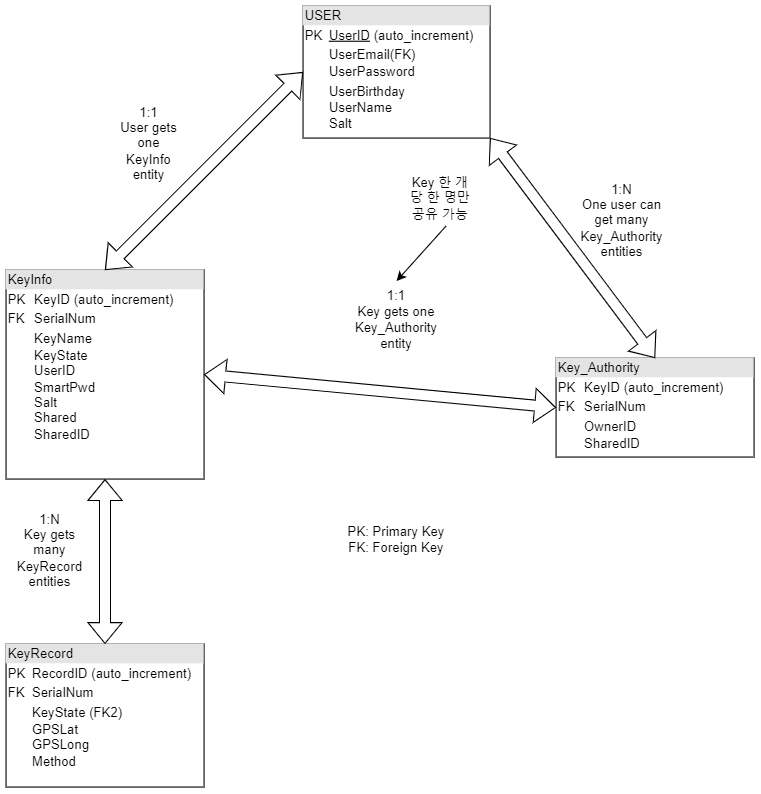
This is images/Table_Sketch.png from luminousxv/Smart-Key, a draw.io export, as it was before one commit. Source tidied: cells renumbered, new cells last; positions are measured from the earlier drawing's top-left corner, leaving out a move shared by most shapes.
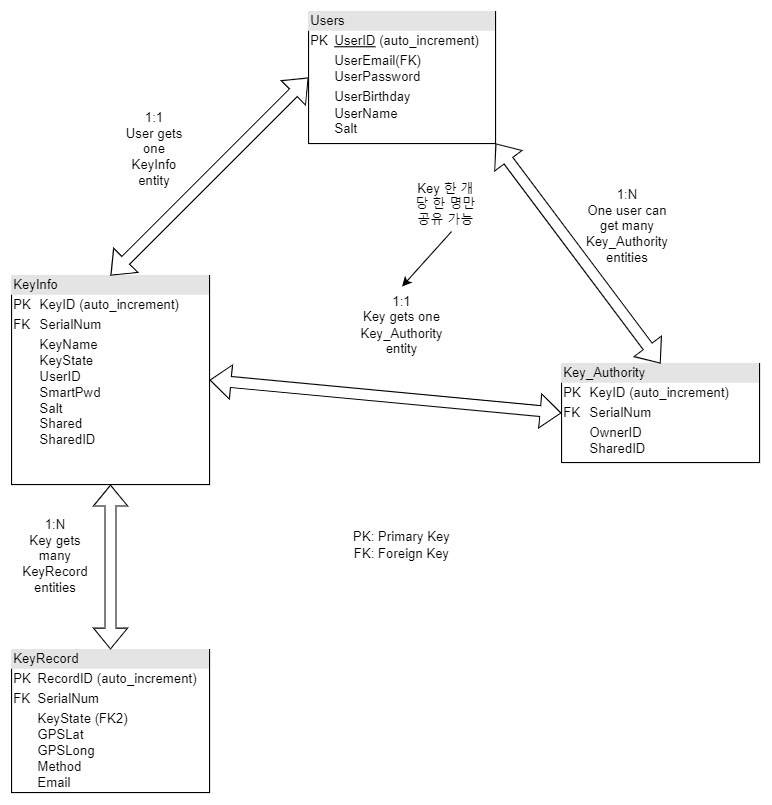
Above is the later version.

Change to the diagram source:
```diff
@@ -2,13 +2,13 @@
   <root>
     <mxCell id="0" />
     <mxCell id="1" parent="0" />
-    <mxCell id="2" value="&lt;div style=&quot;box-sizing: border-box ; width: 100% ; background: #e4e4e4 ; padding: 2px&quot;&gt;USER&lt;/div&gt;&lt;table style=&quot;width: 100% ; font-size: 1em&quot; cellpadding=&quot;2&quot; cellspacing=&quot;0&quot;&gt;&lt;tbody&gt;&lt;tr&gt;&lt;td&gt;PK&lt;/td&gt;&lt;td&gt;&lt;u&gt;UserID&lt;/u&gt; (auto_increment)&lt;br&gt;&lt;/td&gt;&lt;/tr&gt;&lt;tr&gt;&lt;td&gt;&lt;br&gt;&lt;/td&gt;&lt;td&gt;UserEmail(FK)&lt;br&gt;UserPassword&lt;/td&gt;&lt;/tr&gt;&lt;tr&gt;&lt;td&gt;&lt;/td&gt;&lt;td&gt;UserBirthday&lt;br&gt;UserName&lt;br&gt;Salt&lt;br&gt;&lt;/td&gt;&lt;/tr&gt;&lt;/tbody&gt;&lt;/table&gt;" style="verticalAlign=top;align=left;overflow=fill;html=1;" parent="1" vertex="1">
+    <mxCell id="2" value="&lt;div style=&quot;box-sizing: border-box ; width: 100% ; background: #e4e4e4 ; padding: 2px&quot;&gt;Users&lt;/div&gt;&lt;table style=&quot;width: 100% ; font-size: 1em&quot; cellpadding=&quot;2&quot; cellspacing=&quot;0&quot;&gt;&lt;tbody&gt;&lt;tr&gt;&lt;td&gt;PK&lt;/td&gt;&lt;td&gt;&lt;u&gt;UserID&lt;/u&gt; (auto_increment)&lt;br&gt;&lt;/td&gt;&lt;/tr&gt;&lt;tr&gt;&lt;td&gt;&lt;br&gt;&lt;/td&gt;&lt;td&gt;UserEmail(FK)&lt;br&gt;UserPassword&lt;/td&gt;&lt;/tr&gt;&lt;tr&gt;&lt;td&gt;&lt;/td&gt;&lt;td&gt;UserBirthday&lt;br&gt;UserName&lt;br&gt;Salt&lt;br&gt;&lt;/td&gt;&lt;/tr&gt;&lt;/tbody&gt;&lt;/table&gt;" style="verticalAlign=top;align=left;overflow=fill;html=1;" parent="1" vertex="1">
       <mxGeometry x="270" width="170" height="120" as="geometry" />
     </mxCell>
     <mxCell id="3" value="&lt;div style=&quot;box-sizing: border-box ; width: 100% ; background: #e4e4e4 ; padding: 2px&quot;&gt;KeyInfo&lt;/div&gt;&lt;table style=&quot;width: 100% ; font-size: 1em&quot; cellpadding=&quot;2&quot; cellspacing=&quot;0&quot;&gt;&lt;tbody&gt;&lt;tr&gt;&lt;td&gt;PK&lt;/td&gt;&lt;td&gt;KeyID (auto_increment)&lt;/td&gt;&lt;/tr&gt;&lt;tr&gt;&lt;td&gt;FK&lt;/td&gt;&lt;td&gt;SerialNum&lt;/td&gt;&lt;/tr&gt;&lt;tr&gt;&lt;td&gt;&lt;/td&gt;&lt;td&gt;KeyName&lt;br&gt;KeyState&lt;br&gt;UserID&lt;br&gt;SmartPwd&lt;br&gt;Salt&lt;br&gt;Shared&lt;br&gt;SharedID&lt;/td&gt;&lt;/tr&gt;&lt;/tbody&gt;&lt;/table&gt;" style="verticalAlign=top;align=left;overflow=fill;html=1;" parent="1" vertex="1">
       <mxGeometry y="240" width="180" height="190" as="geometry" />
     </mxCell>
-    <mxCell id="4" value="&lt;div style=&quot;box-sizing: border-box ; width: 100% ; background: #e4e4e4 ; padding: 2px&quot;&gt;KeyRecord&lt;/div&gt;&lt;table style=&quot;width: 100% ; font-size: 1em&quot; cellpadding=&quot;2&quot; cellspacing=&quot;0&quot;&gt;&lt;tbody&gt;&lt;tr&gt;&lt;td&gt;PK&lt;/td&gt;&lt;td&gt;RecordID (auto_increment)&lt;br&gt;&lt;/td&gt;&lt;/tr&gt;&lt;tr&gt;&lt;td&gt;FK&lt;/td&gt;&lt;td&gt;SerialNum&lt;/td&gt;&lt;/tr&gt;&lt;tr&gt;&lt;td&gt;&lt;br&gt;&lt;/td&gt;&lt;td&gt;KeyState (FK2)&lt;br&gt;GPSLat&lt;br&gt;GPSLong&lt;br&gt;Method&lt;/td&gt;&lt;/tr&gt;&lt;/tbody&gt;&lt;/table&gt;" style="verticalAlign=top;align=left;overflow=fill;html=1;" parent="1" vertex="1">
+    <mxCell id="4" value="&lt;div style=&quot;box-sizing: border-box ; width: 100% ; background: #e4e4e4 ; padding: 2px&quot;&gt;KeyRecord&lt;/div&gt;&lt;table style=&quot;width: 100% ; font-size: 1em&quot; cellpadding=&quot;2&quot; cellspacing=&quot;0&quot;&gt;&lt;tbody&gt;&lt;tr&gt;&lt;td&gt;PK&lt;/td&gt;&lt;td&gt;RecordID (auto_increment)&lt;br&gt;&lt;/td&gt;&lt;/tr&gt;&lt;tr&gt;&lt;td&gt;FK&lt;/td&gt;&lt;td&gt;SerialNum&lt;/td&gt;&lt;/tr&gt;&lt;tr&gt;&lt;td&gt;&lt;br&gt;&lt;/td&gt;&lt;td&gt;KeyState (FK2)&lt;br&gt;GPSLat&lt;br&gt;GPSLong&lt;br&gt;Method&lt;br&gt;Email&lt;/td&gt;&lt;/tr&gt;&lt;/tbody&gt;&lt;/table&gt;" style="verticalAlign=top;align=left;overflow=fill;html=1;" parent="1" vertex="1">
       <mxGeometry y="580" width="180" height="130" as="geometry" />
     </mxCell>
     <mxCell id="5" value="&lt;div style=&quot;box-sizing: border-box ; width: 100% ; background: #e4e4e4 ; padding: 2px&quot;&gt;Key_Authority&lt;/div&gt;&lt;table style=&quot;width: 100% ; font-size: 1em&quot; cellpadding=&quot;2&quot; cellspacing=&quot;0&quot;&gt;&lt;tbody&gt;&lt;tr&gt;&lt;td&gt;PK&lt;/td&gt;&lt;td&gt;KeyID (auto_increment)&lt;br&gt;&lt;/td&gt;&lt;/tr&gt;&lt;tr&gt;&lt;td&gt;FK&lt;/td&gt;&lt;td&gt;SerialNum&lt;/td&gt;&lt;/tr&gt;&lt;tr&gt;&lt;td&gt;&lt;/td&gt;&lt;td&gt;OwnerID&lt;br&gt;SharedID&lt;/td&gt;&lt;/tr&gt;&lt;/tbody&gt;&lt;/table&gt;" style="verticalAlign=top;align=left;overflow=fill;html=1;" parent="1" vertex="1">
```
